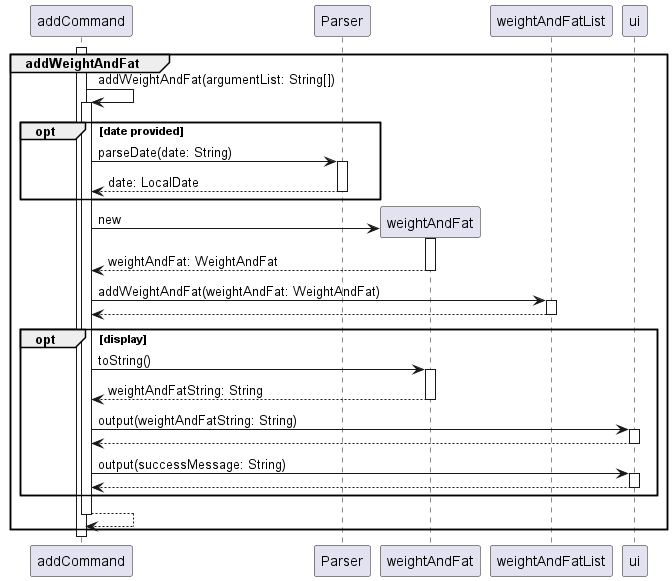
Before: docs/UmlDiagrams/AddWeightAndFat.png, a diagram exported from PlantUML (nus-cs2113-AY2223S1/tp).
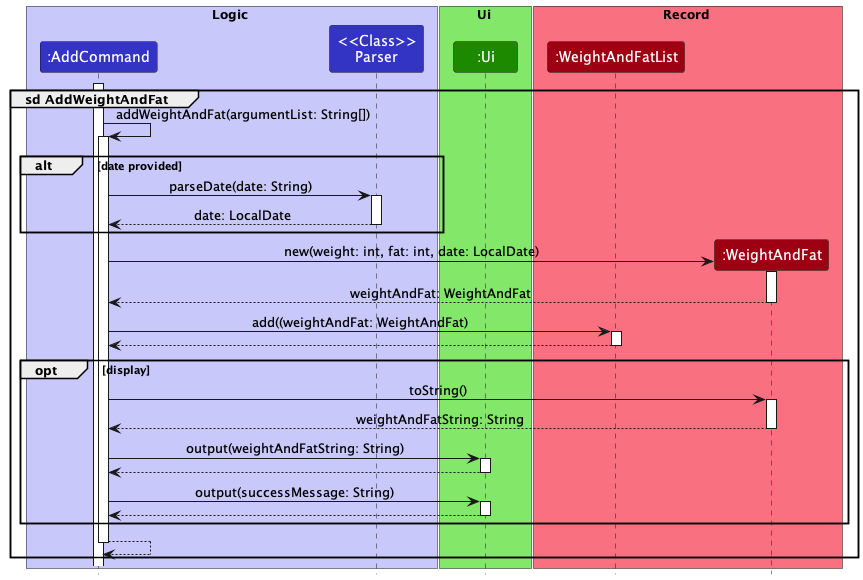
After the commit.

Commit message:
Update add for DG and update code for parse date in add command

What changed in the source:
```diff
@@ -1,33 +1,41 @@
 @startuml
 
-autoactivate on
+!include style.puml
+box Logic LOGIC_COLOR_T1
+participant ":AddCommand" as AddCommand LOGIC_COLOR
+participant "<<Class>>\nParser" as Parser LOGIC_COLOR
+end box
+box Ui UI_COLOR_T1
+participant ":Ui" as Ui UI_COLOR
+end box
+box Record RECORD_COLOR_T1
+participant ":WeightAndFatList" as WeightAndFatList RECORD_COLOR
+participant ":WeightAndFat" as WeightAndFat RECORD_COLOR
+end box
 
 
-activate addCommand
-group addWeightAndFat
-    addCommand -> addCommand: addWeightAndFat(argumentList: String[])
-    opt date provided
-        addCommand -> Parser: parseDate(date: String)
+activate AddCommand
+group sd AddWeightAndFat
+    AddCommand -> AddCommand++: addWeightAndFat(argumentList: String[])
+    alt date provided
+        AddCommand -> Parser++: parseDate(date: String)
         return date: LocalDate
     end
-    addCommand -> weightAndFat **: new
-    activate weightAndFat
-    addCommand <-- weightAndFat: weightAndFat: WeightAndFat
-    addCommand -> weightAndFatList: addWeightAndFat(weightAndFat: WeightAndFat)
+    AddCommand -> WeightAndFat **: new(weight: int, fat: int, date: LocalDate)
+    activate WeightAndFat
+    return weightAndFat: WeightAndFat
+    AddCommand -> WeightAndFatList++ : add((weightAndFat: WeightAndFat)
     return
     opt display
-        addCommand -> weightAndFat: toString()
+        AddCommand -> WeightAndFat++: toString()
         return weightAndFatString: String
-        addCommand -> ui: output(weightAndFatString: String)
+        AddCommand -> Ui++: output(weightAndFatString: String)
         return
-        addCommand -> ui: output(successMessage: String)
+        AddCommand -> Ui++: output(successMessage: String)
         return
     end
-
-return
-
+    return
 end
 
-deactivate addCommand
 
 @enduml
```
